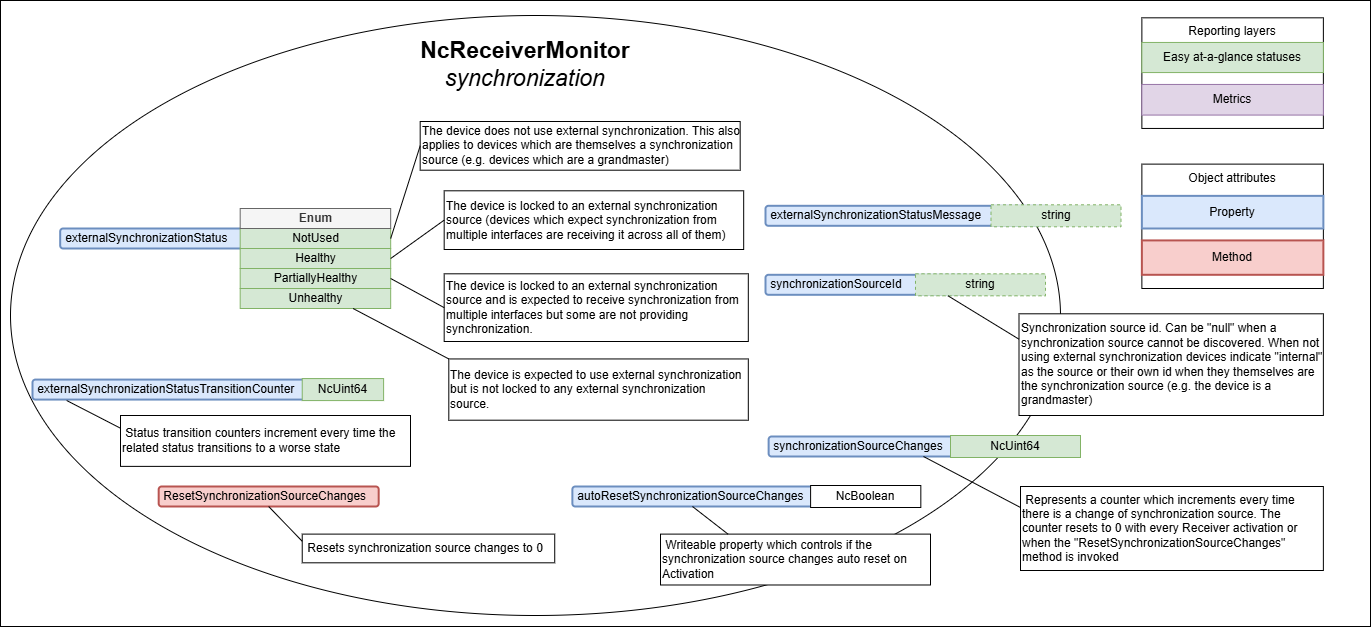
The draw.io diagram docs/images/receiver-model-synchronization.png in AMWA-TV/bcp-008-01, before a commit. Source tidied: cells renumbered, new cells last; positions are measured from the earlier drawing's top-left corner, leaving out a move shared by most shapes. Source of this version:
```xml
<mxGraphModel>
  <root>
    <mxCell id="0" />
    <mxCell id="1" parent="0" />
    <mxCell id="2" style="rounded=0;whiteSpace=wrap;html=1;" parent="1" vertex="1">
      <mxGeometry width="1370" height="626" as="geometry" />
    </mxCell>
    <mxCell id="3" style="ellipse;whiteSpace=wrap;html=1;" parent="1" vertex="1">
      <mxGeometry x="10" y="15" width="1050" height="600" as="geometry" />
    </mxCell>
    <mxCell id="4" value="Reporting layers" style="rounded=0;whiteSpace=wrap;html=1;horizontal=1;verticalAlign=top;" parent="1" vertex="1">
      <mxGeometry x="1141.4" y="17.3" width="181.5" height="110.6" as="geometry" />
    </mxCell>
    <mxCell id="5" value="Easy at-a-glance statuses" style="rounded=0;whiteSpace=wrap;html=1;fillColor=#d5e8d4;strokeColor=#82b366;" parent="1" vertex="1">
      <mxGeometry x="1141.4" y="42" width="181.5" height="30.1" as="geometry" />
    </mxCell>
    <mxCell id="6" value="Metrics" style="rounded=0;whiteSpace=wrap;html=1;fillColor=#e1d5e7;strokeColor=#9673a6;" parent="1" vertex="1">
      <mxGeometry x="1141.4" y="83.9" width="181.5" height="30.6" as="geometry" />
    </mxCell>
    <mxCell id="7" value="Object attributes" style="rounded=0;whiteSpace=wrap;html=1;horizontal=1;verticalAlign=top;" parent="1" vertex="1">
      <mxGeometry x="1141.4" y="163.6" width="181.5" height="124.4" as="geometry" />
    </mxCell>
    <mxCell id="8" value="Property" style="rounded=0;whiteSpace=wrap;html=1;fillColor=#dae8fc;strokeColor=#6c8ebf;align=center;strokeWidth=2;" parent="1" vertex="1">
      <mxGeometry x="1141.4" y="195.4" width="181.5" height="32.6" as="geometry" />
    </mxCell>
    <mxCell id="9" value="Method" style="rounded=0;whiteSpace=wrap;html=1;fillColor=#f8cecc;strokeColor=#b85450;align=center;strokeWidth=2;" parent="1" vertex="1">
      <mxGeometry x="1141.4" y="239.9" width="181.5" height="34.4" as="geometry" />
    </mxCell>
    <mxCell id="10" value="NcReceiverMonitor&lt;div&gt;&lt;span style=&quot;font-weight: normal;&quot;&gt;&lt;i&gt;synchronization&lt;/i&gt;&lt;/span&gt;&lt;/div&gt;" style="text;html=1;strokeColor=none;fillColor=none;align=center;verticalAlign=middle;whiteSpace=wrap;rounded=0;strokeWidth=1;fontSize=23;fontStyle=1;" parent="1" vertex="1">
      <mxGeometry x="401.2" y="30.9" width="247.5" height="65.6" as="geometry" />
    </mxCell>
    <mxCell id="11" value="&amp;nbsp;externalSynchronizationStatus" style="rounded=1;whiteSpace=wrap;html=1;align=left;fillColor=#dae8fc;strokeColor=#6c8ebf;strokeWidth=2;" parent="1" vertex="1">
      <mxGeometry x="59.7" y="228" width="237.5" height="20" as="geometry" />
    </mxCell>
    <mxCell id="12" value="NotUsed" style="rounded=0;whiteSpace=wrap;html=1;fillColor=#d5e8d4;strokeColor=#82b366;" parent="1" vertex="1">
      <mxGeometry x="239.7" y="228" width="150.5" height="20" as="geometry" />
    </mxCell>
    <mxCell id="13" value="Enum" style="rounded=0;whiteSpace=wrap;html=1;fillColor=#f5f5f5;strokeColor=#666666;fontStyle=1;fontColor=#333333;" parent="1" vertex="1">
      <mxGeometry x="239.7" y="208" width="150.5" height="20" as="geometry" />
    </mxCell>
    <mxCell id="14" value="Unhealthy" style="rounded=0;whiteSpace=wrap;html=1;fillColor=#d5e8d4;strokeColor=#82b366;" parent="1" vertex="1">
      <mxGeometry x="239.7" y="288" width="150.5" height="20" as="geometry" />
    </mxCell>
    <mxCell id="15" value="&amp;nbsp;&lt;span style=&quot;background-color: initial;&quot;&gt;synchronizationSourceId&lt;/span&gt;" style="rounded=1;whiteSpace=wrap;html=1;align=left;fillColor=#dae8fc;strokeColor=#6c8ebf;strokeWidth=2;" parent="1" vertex="1">
      <mxGeometry x="765" y="274.3" width="206.5" height="20" as="geometry" />
    </mxCell>
    <mxCell id="16" value="string" style="rounded=0;whiteSpace=wrap;html=1;dashed=1;fillColor=#d5e8d4;strokeColor=#82b366;" parent="1" vertex="1">
      <mxGeometry x="915" y="273.3" width="130" height="22" as="geometry" />
    </mxCell>
    <mxCell id="17" value="The device is locked to an external&amp;nbsp;&lt;span style=&quot;background-color: initial;&quot;&gt;synchronization source&amp;nbsp;&lt;/span&gt;(devices which expect synchronization from multiple interfaces are receiving it across all of them)" style="text;html=1;strokeColor=default;fillColor=default;align=left;verticalAlign=middle;whiteSpace=wrap;rounded=0;" parent="1" vertex="1">
      <mxGeometry x="443.7" y="190.3" width="299.5" height="58.7" as="geometry" />
    </mxCell>
    <mxCell id="18" value="Healthy" style="rounded=0;whiteSpace=wrap;html=1;fillColor=#d5e8d4;strokeColor=#82b366;" parent="1" vertex="1">
      <mxGeometry x="239.7" y="248" width="150.5" height="20" as="geometry" />
    </mxCell>
    <mxCell id="19" value="Synchronization source id. Can be &quot;null&quot; when a synchronization source cannot be discovered. When not using external synchronization devices indicate &quot;internal&quot; as the source or their own id when they themselves are the synchronization source (e.g. the device is a grandmaster)" style="text;html=1;strokeColor=default;fillColor=default;align=left;verticalAlign=middle;whiteSpace=wrap;rounded=0;" parent="1" vertex="1">
      <mxGeometry x="1018.5" y="313.3" width="304.4" height="101.7" as="geometry" />
    </mxCell>
    <mxCell id="20" style="endArrow=none;html=1;rounded=0;entryX=0;entryY=0.25;entryDx=0;entryDy=0;exitX=0.25;exitY=1;exitDx=0;exitDy=0;" parent="1" edge="1" source="16" target="19">
      <mxGeometry relative="1" as="geometry" />
    </mxCell>
    <mxCell id="21" value="The device does not use external synchronization. This also applies to devices which are themselves a synchronization source (e.g. devices which are a grandmaster)" style="text;html=1;strokeColor=default;fillColor=default;align=left;verticalAlign=middle;whiteSpace=wrap;rounded=0;" parent="1" vertex="1">
      <mxGeometry x="419.7" y="121" width="320" height="48.7" as="geometry" />
    </mxCell>
    <mxCell id="22" style="endArrow=none;html=1;rounded=0;entryX=0;entryY=0.5;entryDx=0;entryDy=0;exitX=1;exitY=0.5;exitDx=0;exitDy=0;" parent="1" edge="1" source="12" target="21">
      <mxGeometry relative="1" as="geometry" />
    </mxCell>
    <mxCell id="23" value="The device is expected to use external synchronization but is not locked to any external synchronization source." style="text;html=1;strokeColor=default;fillColor=default;align=left;verticalAlign=middle;whiteSpace=wrap;rounded=0;" parent="1" vertex="1">
      <mxGeometry x="448.3" y="358.5" width="299.5" height="61.2" as="geometry" />
    </mxCell>
    <mxCell id="24" style="endArrow=none;html=1;rounded=0;entryX=0;entryY=0;entryDx=0;entryDy=0;exitX=0.75;exitY=1;exitDx=0;exitDy=0;" parent="1" edge="1" source="14" target="23">
      <mxGeometry relative="1" as="geometry" />
    </mxCell>
    <mxCell id="25" value="The device is locked to an external synchronization source and is expected to receive synchronization from multiple interfaces but some are not providing synchronization." style="text;html=1;strokeColor=default;fillColor=default;align=left;verticalAlign=middle;whiteSpace=wrap;rounded=0;" parent="1" vertex="1">
      <mxGeometry x="443.7" y="273.3" width="304.1" height="67.7" as="geometry" />
    </mxCell>
    <mxCell id="26" value="PartiallyHealthy" style="rounded=0;whiteSpace=wrap;html=1;fillColor=#d5e8d4;strokeColor=#82b366;" parent="1" vertex="1">
      <mxGeometry x="239.7" y="268" width="150.5" height="20" as="geometry" />
    </mxCell>
    <mxCell id="27" value="&amp;nbsp;externalSynchronizationStatusMessage" style="rounded=1;whiteSpace=wrap;html=1;align=left;fillColor=#dae8fc;strokeColor=#6c8ebf;strokeWidth=2;" parent="1" vertex="1">
      <mxGeometry x="765" y="205.3" width="283" height="20" as="geometry" />
    </mxCell>
    <mxCell id="28" value="string" style="rounded=0;whiteSpace=wrap;html=1;dashed=1;fillColor=#d5e8d4;strokeColor=#82b366;" parent="1" vertex="1">
      <mxGeometry x="990.5" y="204.3" width="130" height="22" as="geometry" />
    </mxCell>
    <mxCell id="29" style="endArrow=none;html=1;rounded=0;entryX=0;entryY=0.5;entryDx=0;entryDy=0;exitX=1;exitY=0.5;exitDx=0;exitDy=0;" parent="1" edge="1" source="26" target="25">
      <mxGeometry relative="1" as="geometry" />
    </mxCell>
    <mxCell id="30" style="endArrow=none;html=1;rounded=0;entryX=0;entryY=0.5;entryDx=0;entryDy=0;exitX=1;exitY=0.5;exitDx=0;exitDy=0;" parent="1" edge="1" source="18" target="17">
      <mxGeometry relative="1" as="geometry" />
    </mxCell>
    <mxCell id="31" value="&amp;nbsp;ResetSynchronizationSourceChanges" style="rounded=1;whiteSpace=wrap;html=1;align=left;fillColor=#f8cecc;strokeColor=#b85450;strokeWidth=2;" parent="1" vertex="1">
      <mxGeometry x="158.2" y="486" width="220" height="20" as="geometry" />
    </mxCell>
    <mxCell id="32" value="&amp;nbsp;Resets synchronization source changes to 0" style="text;html=1;strokeColor=default;fillColor=default;align=left;verticalAlign=middle;whiteSpace=wrap;rounded=0;" parent="1" vertex="1">
      <mxGeometry x="301.7" y="533.6" width="252.5" height="28.7" as="geometry" />
    </mxCell>
    <mxCell id="33" style="endArrow=none;html=1;rounded=0;entryX=0;entryY=0.25;entryDx=0;entryDy=0;exitX=0.5;exitY=1;exitDx=0;exitDy=0;" parent="1" edge="1" source="31" target="32">
      <mxGeometry relative="1" as="geometry" />
    </mxCell>
    <mxCell id="34" value="&amp;nbsp;synchronizationSourceChanges" style="rounded=1;whiteSpace=wrap;html=1;align=left;fillColor=#dae8fc;strokeColor=#6c8ebf;strokeWidth=2;" parent="1" vertex="1">
      <mxGeometry x="768.1" y="436" width="206.5" height="20" as="geometry" />
    </mxCell>
    <mxCell id="35" value="NcUint64" style="rounded=0;whiteSpace=wrap;html=1;fillColor=#d5e8d4;strokeColor=#82b366;" parent="1" vertex="1">
      <mxGeometry x="950" y="435" width="130" height="22" as="geometry" />
    </mxCell>
    <mxCell id="36" value="&amp;nbsp;Represents a counter which increments every time there is a change of synchronization source. The counter resets to 0 with every Receiver activation or when the &quot;ResetSynchronizationSourceChanges&quot; method is invoked" style="text;html=1;strokeColor=default;fillColor=default;align=left;verticalAlign=middle;whiteSpace=wrap;rounded=0;" parent="1" vertex="1">
      <mxGeometry x="1020" y="486" width="302.9" height="84" as="geometry" />
    </mxCell>
    <mxCell id="37" style="endArrow=none;html=1;rounded=0;entryX=0;entryY=0.25;entryDx=0;entryDy=0;exitX=0.75;exitY=1;exitDx=0;exitDy=0;" parent="1" edge="1" source="34" target="36">
      <mxGeometry relative="1" as="geometry" />
    </mxCell>
    <mxCell id="38" value="&amp;nbsp;autoResetSynchronizationSourceChanges" style="rounded=1;whiteSpace=wrap;html=1;align=left;fillColor=#dae8fc;strokeColor=#6c8ebf;strokeWidth=2;" parent="1" vertex="1">
      <mxGeometry x="571.9" y="486" width="240.2" height="20" as="geometry" />
    </mxCell>
    <mxCell id="39" value="NcBoolean" style="rounded=0;whiteSpace=wrap;html=1;" parent="1" vertex="1">
      <mxGeometry x="810.1" y="485" width="110.2" height="22" as="geometry" />
    </mxCell>
    <mxCell id="40" value="&amp;nbsp;Writeable property which controls if the synchronization source changes auto reset on Activation" style="text;html=1;strokeColor=default;fillColor=default;align=left;verticalAlign=middle;whiteSpace=wrap;rounded=0;" parent="1" vertex="1">
      <mxGeometry x="660" y="533.6" width="270" height="50.9" as="geometry" />
    </mxCell>
    <mxCell id="41" style="endArrow=none;html=1;rounded=0;entryX=0.25;entryY=0;entryDx=0;entryDy=0;exitX=0.5;exitY=1;exitDx=0;exitDy=0;" parent="1" edge="1" source="38" target="40">
      <mxGeometry relative="1" as="geometry" />
    </mxCell>
    <mxCell id="42" value="&amp;nbsp;externalSynchronizationStatusTransitionCounter" style="rounded=1;whiteSpace=wrap;html=1;align=left;fillColor=#dae8fc;strokeColor=#6c8ebf;strokeWidth=2;" parent="1" vertex="1">
      <mxGeometry x="32" y="379.1" width="294.4" height="20" as="geometry" />
    </mxCell>
    <mxCell id="43" value="NcUint64" style="rounded=0;whiteSpace=wrap;html=1;fillColor=#d5e8d4;strokeColor=#82b366;" parent="1" vertex="1">
      <mxGeometry x="301.7" y="378.1" width="81.4" height="22" as="geometry" />
    </mxCell>
    <mxCell id="44" value="&amp;nbsp;Status transition counters increment every time the related status transitions to a worse state" style="text;html=1;strokeColor=default;fillColor=default;align=left;verticalAlign=middle;whiteSpace=wrap;rounded=0;" parent="1" vertex="1">
      <mxGeometry x="120" y="415" width="290" height="50.9" as="geometry" />
    </mxCell>
    <mxCell id="45" style="endArrow=none;html=1;rounded=0;entryX=0;entryY=0.25;entryDx=0;entryDy=0;exitX=0.116;exitY=1.046;exitDx=0;exitDy=0;exitPerimeter=0;" parent="1" edge="1" source="42" target="44">
      <mxGeometry relative="1" as="geometry" />
    </mxCell>
  </root>
</mxGraphModel>
```
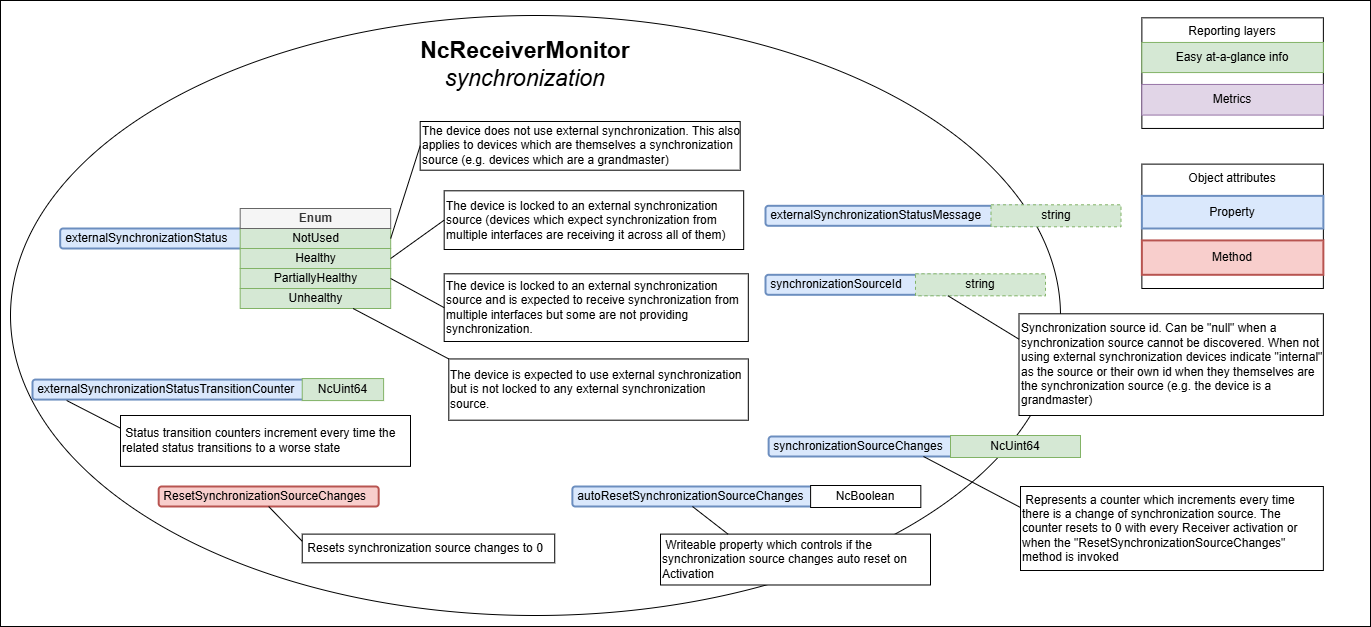
The same diagram one commit later.

Commit message:
Change "Easy at-a-glance statuses" to "Easy at-a-glance info"

Diff of the diagram source:
```diff
@@ -11,7 +11,7 @@
     <mxCell id="4" value="Reporting layers" style="rounded=0;whiteSpace=wrap;html=1;horizontal=1;verticalAlign=top;" parent="1" vertex="1">
       <mxGeometry x="1141.4" y="17.3" width="181.5" height="110.6" as="geometry" />
     </mxCell>
-    <mxCell id="5" value="Easy at-a-glance statuses" style="rounded=0;whiteSpace=wrap;html=1;fillColor=#d5e8d4;strokeColor=#82b366;" parent="1" vertex="1">
+    <mxCell id="5" value="Easy at-a-glance info" style="rounded=0;whiteSpace=wrap;html=1;fillColor=#d5e8d4;strokeColor=#82b366;" parent="1" vertex="1">
       <mxGeometry x="1141.4" y="42" width="181.5" height="30.1" as="geometry" />
     </mxCell>
     <mxCell id="6" value="Metrics" style="rounded=0;whiteSpace=wrap;html=1;fillColor=#e1d5e7;strokeColor=#9673a6;" parent="1" vertex="1">
```
